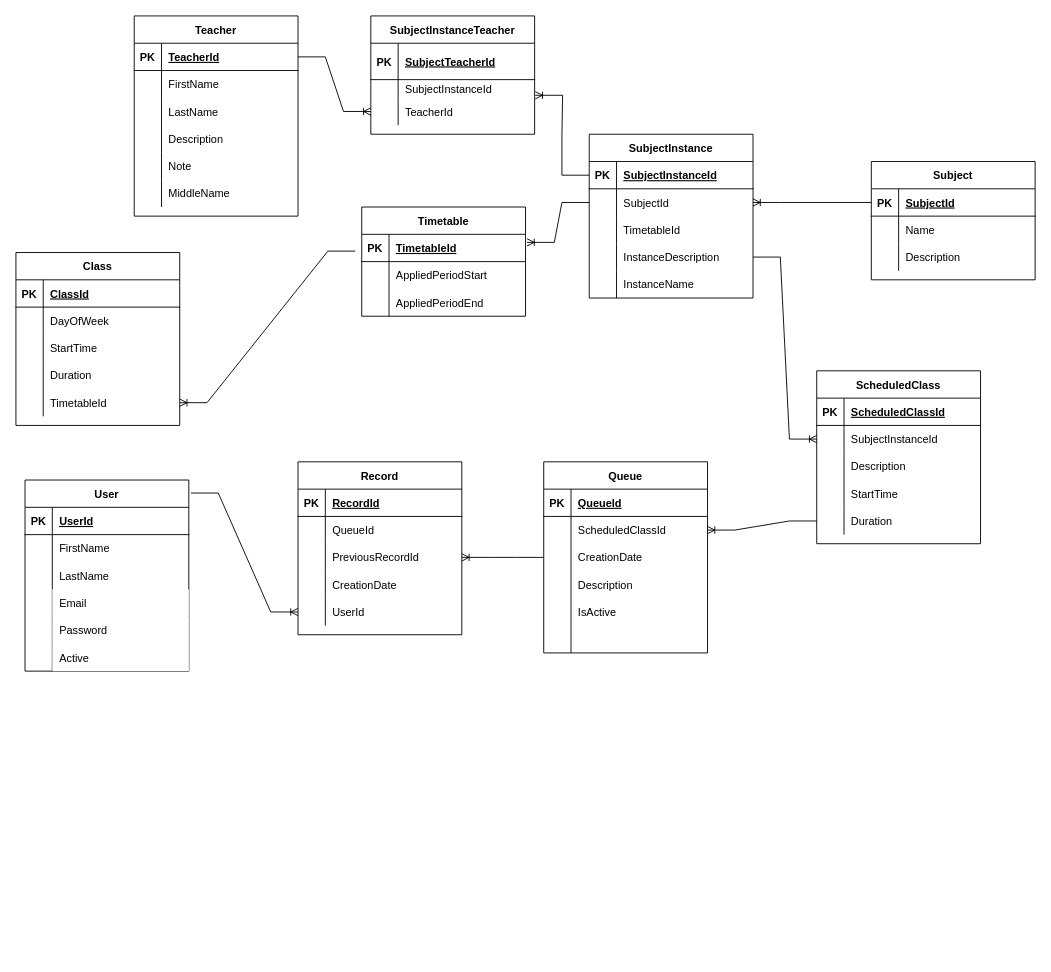
Before: Wiki/entity_diagram_for_report.drawio in veta1428/EQueue, a draw.io diagram. Source tidied: cells renumbered, new cells numbered last; positions are measured from the earlier drawing's top-left corner, leaving out a move shared by most shapes. Both pictures are drawn from the tidied source at 91%, with x=0, y=0 at pixel (15, 15).
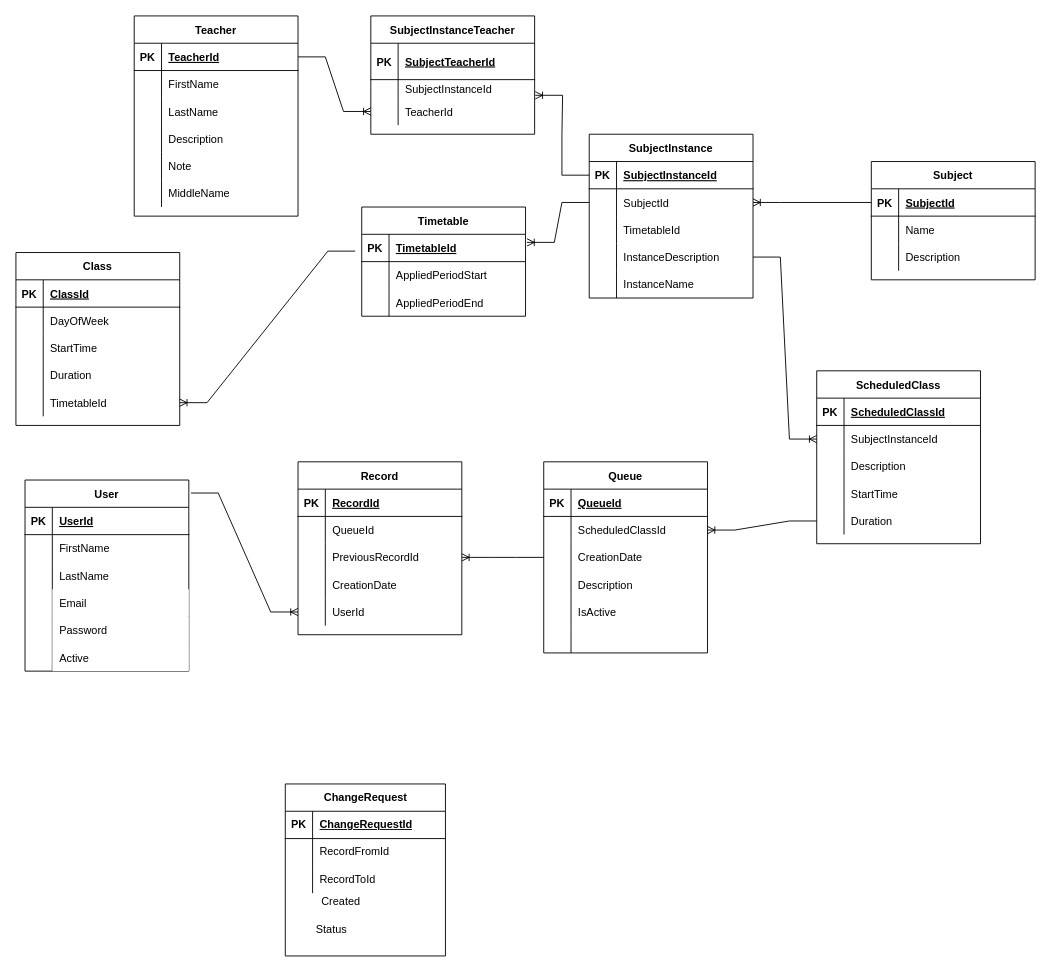
After the change.

What changed in the source:
```diff
@@
+    <mxCell id="162" value="ChangeRequest" style="shape=table;startSize=30;childLayout=tableLayout;rowLines=0;fontStyle=1;align=center;html=1;" parent="1" vertex="1">
+      <mxGeometry x="296" y="844" width="176" height="189" as="geometry" />
+    </mxCell>
+    <mxCell id="163" style="shape=tableRow;horizontal=0;startSize=0;swimlaneHead=0;swimlaneBody=0;fillColor=none;top=0;left=0;right=0;bottom=1;" parent="162" vertex="1">
+      <mxGeometry y="30" width="176" height="30" as="geometry" />
+    </mxCell>
+    <mxCell id="164" value="PK" style="shape=partialRectangle;fillColor=none;top=0;left=0;bottom=0;right=0;fontStyle=1;overflow=hidden;whiteSpace=wrap;html=1;" parent="163" vertex="1">
+      <mxGeometry width="30" height="30" as="geometry" />
+    </mxCell>
+    <mxCell id="165" value="ChangeRequestId" style="shape=partialRectangle;fillColor=none;top=0;left=0;bottom=0;right=0;align=left;spacingLeft=6;fontStyle=5;overflow=hidden;whiteSpace=wrap;html=1;" parent="163" vertex="1">
+      <mxGeometry x="30" width="146" height="30" as="geometry" />
+    </mxCell>
+    <mxCell id="166" style="shape=tableRow;horizontal=0;startSize=0;swimlaneHead=0;swimlaneBody=0;fillColor=none;top=0;left=0;right=0;bottom=0;" parent="162" vertex="1">
+      <mxGeometry y="60" width="176" height="30" as="geometry" />
+    </mxCell>
+    <mxCell id="167" style="shape=partialRectangle;fillColor=none;top=0;left=0;bottom=0;right=0;overflow=hidden;whiteSpace=wrap;html=1;" parent="166" vertex="1">
+      <mxGeometry width="30" height="30" as="geometry" />
+    </mxCell>
+    <mxCell id="168" value="RecordFromId" style="shape=partialRectangle;fillColor=none;top=0;left=0;bottom=0;right=0;align=left;spacingLeft=6;overflow=hidden;whiteSpace=wrap;html=1;" parent="166" vertex="1">
+      <mxGeometry x="30" width="146" height="30" as="geometry" />
+    </mxCell>
+    <mxCell id="169" style="shape=tableRow;horizontal=0;startSize=0;swimlaneHead=0;swimlaneBody=0;fillColor=none;top=0;left=0;right=0;bottom=0;" parent="162" vertex="1">
+      <mxGeometry y="90" width="176" height="30" as="geometry" />
+    </mxCell>
+    <mxCell id="170" style="shape=partialRectangle;fillColor=none;top=0;left=0;bottom=0;right=0;overflow=hidden;whiteSpace=wrap;html=1;" parent="169" vertex="1">
+      <mxGeometry width="30" height="30" as="geometry" />
+    </mxCell>
+    <mxCell id="171" value="RecordToId" style="shape=partialRectangle;fillColor=none;top=0;left=0;bottom=0;right=0;align=left;spacingLeft=6;overflow=hidden;whiteSpace=wrap;html=1;" parent="169" vertex="1">
+      <mxGeometry x="30" width="146" height="30" as="geometry" />
+    </mxCell>
+    <mxCell id="172" value="Created" style="shape=partialRectangle;fillColor=none;top=0;left=0;bottom=0;right=0;align=left;spacingLeft=6;overflow=hidden;whiteSpace=wrap;html=1;" parent="1" vertex="1">
+      <mxGeometry x="328" y="959" width="150" height="30" as="geometry" />
+    </mxCell>
+    <mxCell id="173" value="Status" style="shape=partialRectangle;fillColor=none;top=0;left=0;bottom=0;right=0;align=left;spacingLeft=6;overflow=hidden;whiteSpace=wrap;html=1;" parent="1" vertex="1">
+      <mxGeometry x="322" y="989" width="150" height="30" as="geometry" />
+    </mxCell>
```
